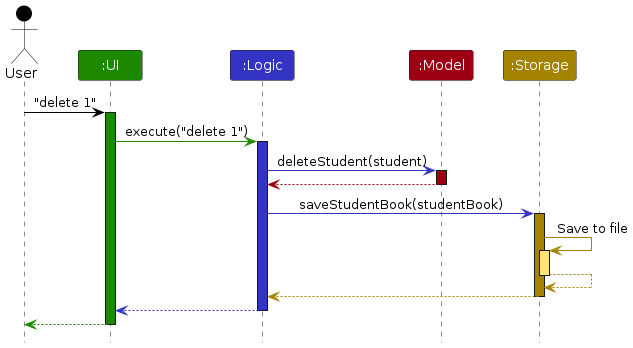
The PlantUML diagram diagrams/ArchitectureSequenceDiagram.png in AY2627S1-CS2103T-T16-1/tp, before a commit. Its source is kept beside it as diagrams/ArchitectureSequenceDiagram.puml. The source it was exported from:
```plantuml
@startuml
!include style.puml
skinparam ArrowFontStyle plain

Actor User as user USER_COLOR
Participant ":UI" as ui UI_COLOR
Participant ":Logic" as logic LOGIC_COLOR
Participant ":Model" as model MODEL_COLOR
Participant ":Storage" as storage STORAGE_COLOR

user -[USER_COLOR]> ui : "delete 1"
activate ui UI_COLOR

ui -[UI_COLOR]> logic : execute("delete 1")
activate logic LOGIC_COLOR

logic -[LOGIC_COLOR]> model : deleteStudent(student)
activate model MODEL_COLOR

model -[MODEL_COLOR]-> logic
deactivate model

logic -[LOGIC_COLOR]> storage : saveStudentBook(studentBook)
activate storage STORAGE_COLOR

storage -[STORAGE_COLOR]> storage : Save to file
activate storage STORAGE_COLOR_T1
storage --[STORAGE_COLOR]> storage
deactivate storage

storage --[STORAGE_COLOR]> logic
deactivate storage

logic --[LOGIC_COLOR]> ui
deactivate logic

ui--[UI_COLOR]> user
deactivate ui
@enduml
```
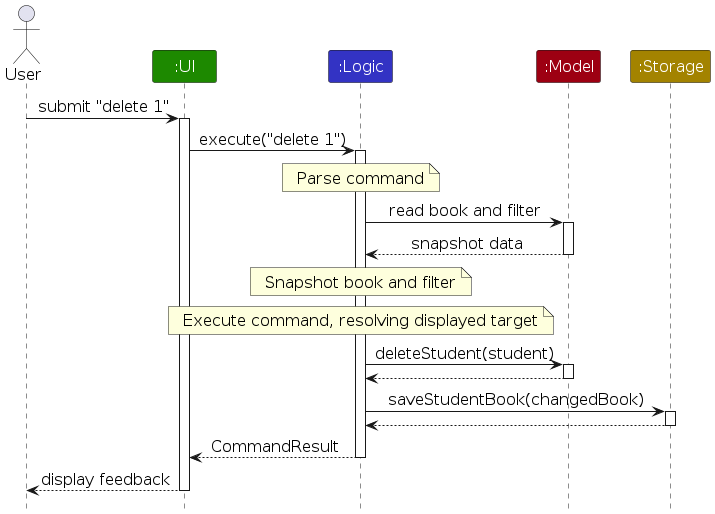
Later version of the same file.

The edit, as a diff of the source:
```diff
@@ -1,39 +1,35 @@
 @startuml
 !include style.puml
 skinparam ArrowFontStyle plain
+skinparam defaultFontSize 16
 
-Actor User as user USER_COLOR
-Participant ":UI" as ui UI_COLOR
-Participant ":Logic" as logic LOGIC_COLOR
-Participant ":Model" as model MODEL_COLOR
-Participant ":Storage" as storage STORAGE_COLOR
+actor User as user
+participant ":UI" as ui UI_COLOR
+participant ":Logic" as logic LOGIC_COLOR
+participant ":Model" as model MODEL_COLOR
+participant ":Storage" as storage STORAGE_COLOR
 
-user -[USER_COLOR]> ui : "delete 1"
-activate ui UI_COLOR
-
-ui -[UI_COLOR]> logic : execute("delete 1")
-activate logic LOGIC_COLOR
-
-logic -[LOGIC_COLOR]> model : deleteStudent(student)
-activate model MODEL_COLOR
-
-model -[MODEL_COLOR]-> logic
+user -> ui : submit "delete 1"
+activate ui
+ui -> logic : execute("delete 1")
+activate logic
+note over logic : Parse command
+logic -> model : read book and filter
+activate model
+model --> logic : snapshot data
 deactivate model
-
-logic -[LOGIC_COLOR]> storage : saveStudentBook(studentBook)
-activate storage STORAGE_COLOR
-
-storage -[STORAGE_COLOR]> storage : Save to file
-activate storage STORAGE_COLOR_T1
-storage --[STORAGE_COLOR]> storage
+note over logic : Snapshot book and filter
+note over logic : Execute command, resolving displayed target
+logic -> model : deleteStudent(student)
+activate model
+model --> logic
+deactivate model
+logic -> storage : saveStudentBook(changedBook)
+activate storage
+storage --> logic
 deactivate storage
-
-storage --[STORAGE_COLOR]> logic
-deactivate storage
-
-logic --[LOGIC_COLOR]> ui
+logic --> ui : CommandResult
 deactivate logic
-
-ui--[UI_COLOR]> user
+ui --> user : display feedback
 deactivate ui
 @enduml
```
